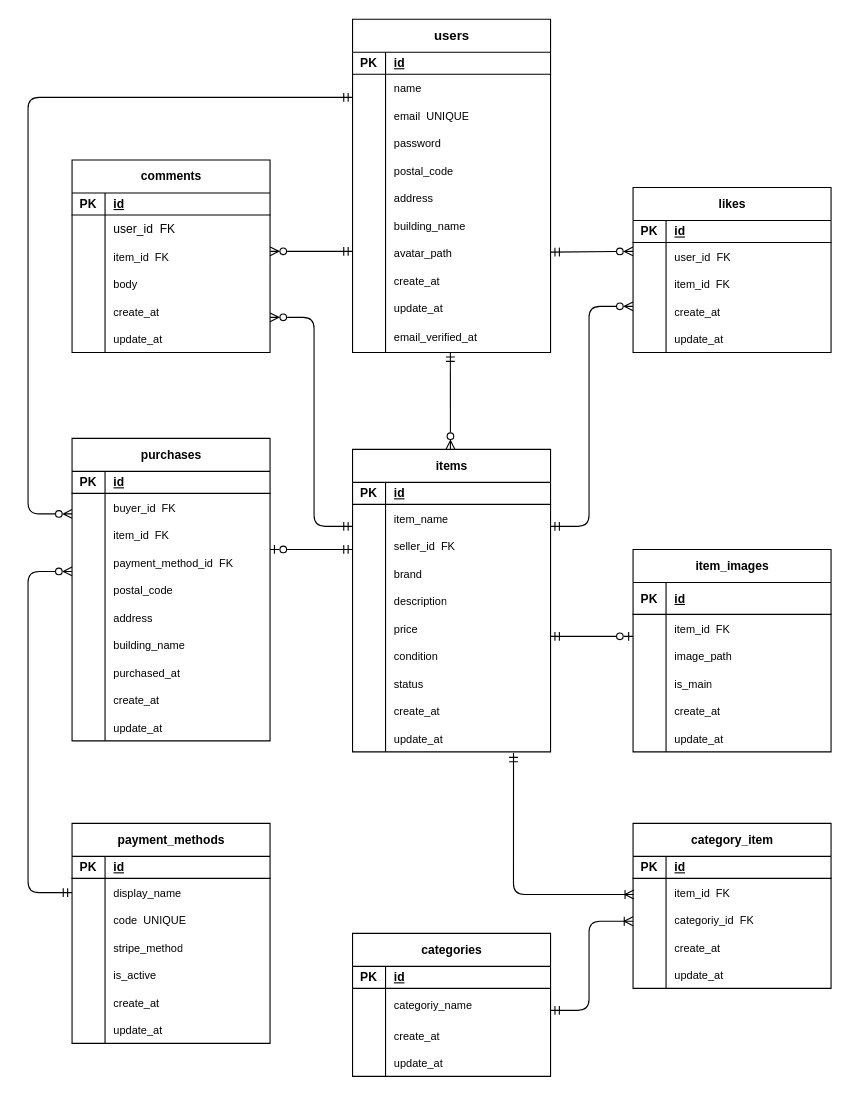
Earlier version of the draw.io diagram ER.drawio (akari44/furima-app). Source tidied: cells renumbered, new cells numbered last; positions are measured from the earlier drawing's top-left corner, leaving out a move shared by most shapes. Both pictures are drawn from the tidied source at 110%, with x=0, y=0 at pixel (28, 19).
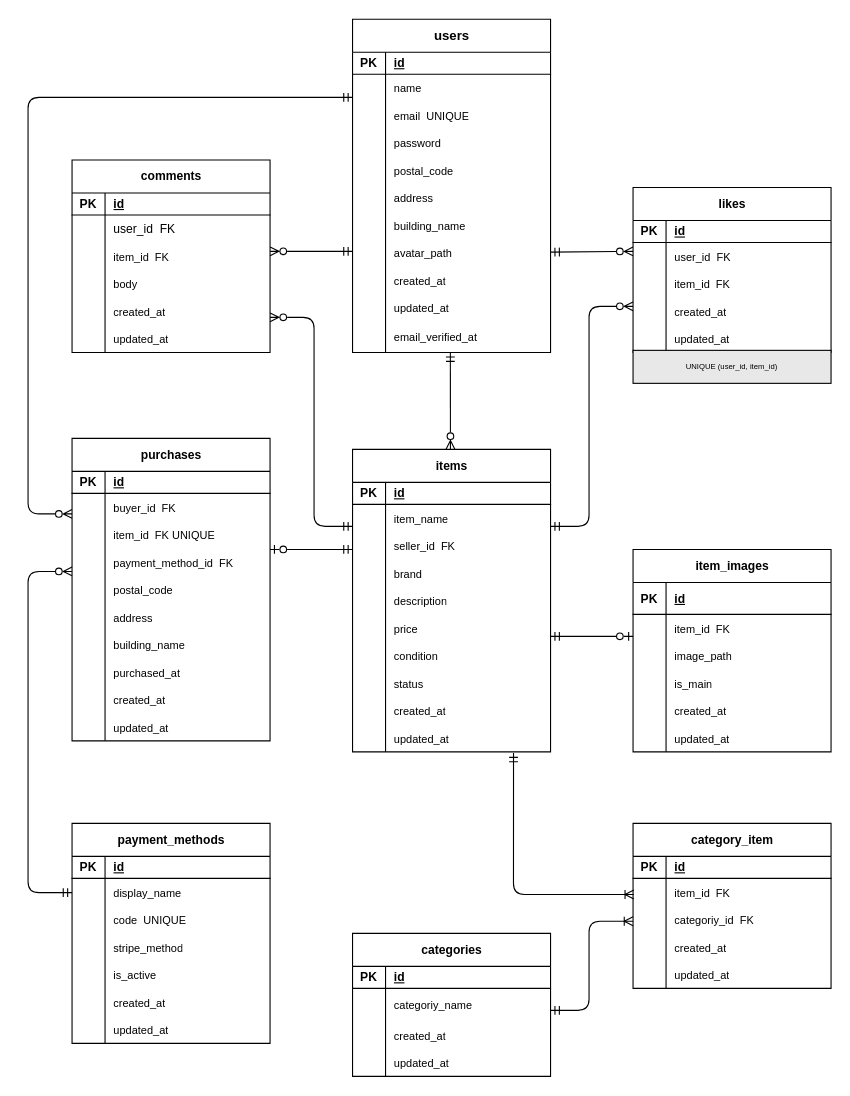
Above is the later version.

Commit message (it also covers changes not shown here):
UNIQUE制約追加、ER図修正

The change refers to these unchanged cells:
```xml
<mxCell id="27" style="shape=tableRow;horizontal=0;startSize=0;swimlaneHead=0;swimlaneBody=0;fillColor=none;top=0;left=0;right=0;bottom=0;fontSize=11;" parent="2" vertex="1">
  <mxGeometry y="225" width="180" height="25" as="geometry" />
</mxCell>
<mxCell id="30" style="shape=tableRow;horizontal=0;startSize=0;swimlaneHead=0;swimlaneBody=0;fillColor=none;top=0;left=0;right=0;bottom=0;fontSize=11;" parent="2" vertex="1">
  <mxGeometry y="250" width="180" height="25" as="geometry" />
</mxCell>
<mxCell id="61" style="shape=tableRow;horizontal=0;startSize=0;swimlaneHead=0;swimlaneBody=0;fillColor=none;top=0;left=0;right=0;bottom=0;fontSize=11;" parent="36" vertex="1">
  <mxGeometry y="225" width="180" height="25" as="geometry" />
</mxCell>
<mxCell id="64" style="shape=tableRow;horizontal=0;startSize=0;swimlaneHead=0;swimlaneBody=0;fillColor=none;points=[[0,0.5],[1,0.5]];portConstraint=eastwest;top=0;left=0;right=0;bottom=0;fontSize=11;" parent="36" vertex="1">
  <mxGeometry y="250" width="180" height="25" as="geometry" />
</mxCell>
<mxCell id="74" style="shape=tableRow;horizontal=0;startSize=0;swimlaneHead=0;swimlaneBody=0;fillColor=none;top=0;left=0;right=0;bottom=0;fontSize=11;" parent="67" vertex="1">
  <mxGeometry y="80" width="180" height="25" as="geometry" />
</mxCell>
<mxCell id="77" style="shape=tableRow;horizontal=0;startSize=0;swimlaneHead=0;swimlaneBody=0;fillColor=none;top=0;left=0;right=0;bottom=0;fontSize=11;" parent="67" vertex="1">
  <mxGeometry y="105" width="180" height="25" as="geometry" />
</mxCell>
<mxCell id="90" style="shape=tableRow;horizontal=0;startSize=0;swimlaneHead=0;swimlaneBody=0;fillColor=none;top=0;left=0;right=0;bottom=0;fontSize=11;" parent="80" vertex="1">
  <mxGeometry y="100" width="180" height="25" as="geometry" />
</mxCell>
<mxCell id="93" style="shape=tableRow;horizontal=0;startSize=0;swimlaneHead=0;swimlaneBody=0;fillColor=none;top=0;left=0;right=0;bottom=0;fontSize=11;" parent="80" vertex="1">
  <mxGeometry y="125" width="180" height="25" as="geometry" />
</mxCell>
<mxCell id="106" style="shape=tableRow;horizontal=0;startSize=0;swimlaneHead=0;swimlaneBody=0;fillColor=none;top=0;left=0;right=0;bottom=0;fontSize=11;" parent="96" vertex="1">
  <mxGeometry y="100" width="180" height="25" as="geometry" />
</mxCell>
<mxCell id="109" style="shape=tableRow;horizontal=0;startSize=0;swimlaneHead=0;swimlaneBody=0;fillColor=none;top=0;left=0;right=0;bottom=0;fontSize=11;" parent="96" vertex="1">
  <mxGeometry y="125" width="180" height="25" as="geometry" />
</mxCell>
<mxCell id="125" style="shape=tableRow;horizontal=0;startSize=0;swimlaneHead=0;swimlaneBody=0;fillColor=none;top=0;left=0;right=0;bottom=0;fontSize=11;" parent="112" vertex="1">
  <mxGeometry y="125" width="180" height="25" as="geometry" />
</mxCell>
<mxCell id="128" style="shape=tableRow;horizontal=0;startSize=0;swimlaneHead=0;swimlaneBody=0;fillColor=none;top=0;left=0;right=0;bottom=0;fontSize=11;" parent="112" vertex="1">
  <mxGeometry y="150" width="180" height="25" as="geometry" />
</mxCell>
<mxCell id="138" style="shape=tableRow;horizontal=0;startSize=0;swimlaneHead=0;swimlaneBody=0;fillColor=none;points=[[0,0.5],[1,0.5]];portConstraint=eastwest;top=0;left=0;right=0;bottom=0;fontSize=11;" parent="131" vertex="1">
  <mxGeometry y="75" width="180" height="25" as="geometry" />
</mxCell>
<mxCell id="156" style="shape=tableRow;horizontal=0;startSize=0;swimlaneHead=0;swimlaneBody=0;fillColor=none;top=0;left=0;right=0;bottom=0;fontSize=11;" parent="131" vertex="1">
  <mxGeometry y="225" width="180" height="25" as="geometry" />
</mxCell>
<mxCell id="159" style="shape=tableRow;horizontal=0;startSize=0;swimlaneHead=0;swimlaneBody=0;fillColor=none;top=0;left=0;right=0;bottom=0;fontSize=11;" parent="131" vertex="1">
  <mxGeometry y="250" width="180" height="25" as="geometry" />
</mxCell>
<mxCell id="175" style="shape=tableRow;horizontal=0;startSize=0;swimlaneHead=0;swimlaneBody=0;fillColor=none;top=0;left=0;right=0;bottom=0;fontSize=11;" parent="162" vertex="1">
  <mxGeometry y="134" width="180" height="25" as="geometry" />
</mxCell>
<mxCell id="178" style="shape=tableRow;horizontal=0;startSize=0;swimlaneHead=0;swimlaneBody=0;fillColor=none;top=0;left=0;right=0;bottom=0;fontSize=11;" parent="162" vertex="1">
  <mxGeometry y="159" width="180" height="25" as="geometry" />
</mxCell>
<mxCell id="197" style="shape=tableRow;horizontal=0;startSize=0;swimlaneHead=0;swimlaneBody=0;fillColor=none;top=0;left=0;right=0;bottom=0;fontSize=11;" parent="181" vertex="1">
  <mxGeometry y="150" width="180" height="25" as="geometry" />
</mxCell>
<mxCell id="200" style="shape=tableRow;horizontal=0;startSize=0;swimlaneHead=0;swimlaneBody=0;fillColor=none;top=0;left=0;right=0;bottom=0;fontSize=11;" parent="181" vertex="1">
  <mxGeometry y="175" width="180" height="25" as="geometry" />
</mxCell>
```

Change to the diagram source:
```diff
@@
-    <mxCell id="29" value="create_at" style="shape=partialRectangle;fillColor=none;top=0;left=0;bottom=0;right=0;align=left;spacingLeft=6;overflow=hidden;whiteSpace=wrap;html=1;fontSize=10;" parent="27" vertex="1">
+    <mxCell id="29" value="created_at" style="shape=partialRectangle;fillColor=none;top=0;left=0;bottom=0;right=0;align=left;spacingLeft=6;overflow=hidden;whiteSpace=wrap;html=1;fontSize=10;" parent="27" vertex="1">
       <mxGeometry x="30" width="150" height="25" as="geometry" />
     </mxCell>
@@
-    <mxCell id="32" value="update_at" style="shape=partialRectangle;fillColor=none;top=0;left=0;bottom=0;right=0;align=left;spacingLeft=6;overflow=hidden;whiteSpace=wrap;html=1;fontSize=10;" parent="30" vertex="1">
+    <mxCell id="32" value="updated_at" style="shape=partialRectangle;fillColor=none;top=0;left=0;bottom=0;right=0;align=left;spacingLeft=6;overflow=hidden;whiteSpace=wrap;html=1;fontSize=10;" parent="30" vertex="1">
       <mxGeometry x="30" width="150" height="25" as="geometry" />
     </mxCell>
@@
-    <mxCell id="63" value="create_at" style="shape=partialRectangle;fillColor=none;top=0;left=0;bottom=0;right=0;align=left;spacingLeft=6;overflow=hidden;whiteSpace=wrap;html=1;fontSize=10;" parent="61" vertex="1">
+    <mxCell id="63" value="created_at" style="shape=partialRectangle;fillColor=none;top=0;left=0;bottom=0;right=0;align=left;spacingLeft=6;overflow=hidden;whiteSpace=wrap;html=1;fontSize=10;" parent="61" vertex="1">
       <mxGeometry x="30" width="150" height="25" as="geometry" />
     </mxCell>
@@
-    <mxCell id="66" value="update_at" style="shape=partialRectangle;fillColor=none;top=0;left=0;bottom=0;right=0;align=left;spacingLeft=6;overflow=hidden;whiteSpace=wrap;html=1;fontSize=10;" parent="64" vertex="1">
+    <mxCell id="66" value="updated_at" style="shape=partialRectangle;fillColor=none;top=0;left=0;bottom=0;right=0;align=left;spacingLeft=6;overflow=hidden;whiteSpace=wrap;html=1;fontSize=10;" parent="64" vertex="1">
       <mxGeometry x="30" width="150" height="25" as="geometry" />
     </mxCell>
@@
-    <mxCell id="76" value="create_at" style="shape=partialRectangle;fillColor=none;top=0;left=0;bottom=0;right=0;align=left;spacingLeft=6;overflow=hidden;whiteSpace=wrap;html=1;fontSize=10;" parent="74" vertex="1">
+    <mxCell id="76" value="created_at" style="shape=partialRectangle;fillColor=none;top=0;left=0;bottom=0;right=0;align=left;spacingLeft=6;overflow=hidden;whiteSpace=wrap;html=1;fontSize=10;" parent="74" vertex="1">
       <mxGeometry x="30" width="150" height="25" as="geometry" />
     </mxCell>
@@
-    <mxCell id="79" value="update_at" style="shape=partialRectangle;fillColor=none;top=0;left=0;bottom=0;right=0;align=left;spacingLeft=6;overflow=hidden;whiteSpace=wrap;html=1;fontSize=10;" parent="77" vertex="1">
+    <mxCell id="79" value="updated_at" style="shape=partialRectangle;fillColor=none;top=0;left=0;bottom=0;right=0;align=left;spacingLeft=6;overflow=hidden;whiteSpace=wrap;html=1;fontSize=10;" parent="77" vertex="1">
       <mxGeometry x="30" width="150" height="25" as="geometry" />
     </mxCell>
@@
-    <mxCell id="92" value="create_at" style="shape=partialRectangle;fillColor=none;top=0;left=0;bottom=0;right=0;align=left;spacingLeft=6;overflow=hidden;whiteSpace=wrap;html=1;fontSize=10;" parent="90" vertex="1">
+    <mxCell id="92" value="created_at" style="shape=partialRectangle;fillColor=none;top=0;left=0;bottom=0;right=0;align=left;spacingLeft=6;overflow=hidden;whiteSpace=wrap;html=1;fontSize=10;" parent="90" vertex="1">
       <mxGeometry x="30" width="150" height="25" as="geometry" />
     </mxCell>
@@
-    <mxCell id="95" value="update_at" style="shape=partialRectangle;fillColor=none;top=0;left=0;bottom=0;right=0;align=left;spacingLeft=6;overflow=hidden;whiteSpace=wrap;html=1;fontSize=10;" parent="93" vertex="1">
+    <mxCell id="95" value="updated_at" style="shape=partialRectangle;fillColor=none;top=0;left=0;bottom=0;right=0;align=left;spacingLeft=6;overflow=hidden;whiteSpace=wrap;html=1;fontSize=10;" parent="93" vertex="1">
       <mxGeometry x="30" width="150" height="25" as="geometry" />
     </mxCell>
@@
-    <mxCell id="108" value="create_at" style="shape=partialRectangle;fillColor=none;top=0;left=0;bottom=0;right=0;align=left;spacingLeft=6;overflow=hidden;whiteSpace=wrap;html=1;fontSize=10;" parent="106" vertex="1">
+    <mxCell id="108" value="created_at" style="shape=partialRectangle;fillColor=none;top=0;left=0;bottom=0;right=0;align=left;spacingLeft=6;overflow=hidden;whiteSpace=wrap;html=1;fontSize=10;" parent="106" vertex="1">
       <mxGeometry x="30" width="150" height="25" as="geometry" />
     </mxCell>
@@
-    <mxCell id="111" value="update_at" style="shape=partialRectangle;fillColor=none;top=0;left=0;bottom=0;right=0;align=left;spacingLeft=6;overflow=hidden;whiteSpace=wrap;html=1;fontSize=10;" parent="109" vertex="1">
+    <mxCell id="111" value="updated_at" style="shape=partialRectangle;fillColor=none;top=0;left=0;bottom=0;right=0;align=left;spacingLeft=6;overflow=hidden;whiteSpace=wrap;html=1;fontSize=10;" parent="109" vertex="1">
       <mxGeometry x="30" width="150" height="25" as="geometry" />
     </mxCell>
@@
-    <mxCell id="127" value="create_at" style="shape=partialRectangle;fillColor=none;top=0;left=0;bottom=0;right=0;align=left;spacingLeft=6;overflow=hidden;whiteSpace=wrap;html=1;fontSize=10;" parent="125" vertex="1">
+    <mxCell id="127" value="created_at" style="shape=partialRectangle;fillColor=none;top=0;left=0;bottom=0;right=0;align=left;spacingLeft=6;overflow=hidden;whiteSpace=wrap;html=1;fontSize=10;" parent="125" vertex="1">
       <mxGeometry x="30" width="150" height="25" as="geometry" />
     </mxCell>
@@
-    <mxCell id="130" value="update_at" style="shape=partialRectangle;fillColor=none;top=0;left=0;bottom=0;right=0;align=left;spacingLeft=6;overflow=hidden;whiteSpace=wrap;html=1;fontSize=10;" parent="128" vertex="1">
+    <mxCell id="130" value="updated_at" style="shape=partialRectangle;fillColor=none;top=0;left=0;bottom=0;right=0;align=left;spacingLeft=6;overflow=hidden;whiteSpace=wrap;html=1;fontSize=10;" parent="128" vertex="1">
       <mxGeometry x="30" width="150" height="25" as="geometry" />
     </mxCell>
@@
-    <mxCell id="140" value="item_id&amp;nbsp; FK" style="shape=partialRectangle;fillColor=none;top=0;left=0;bottom=0;right=0;align=left;spacingLeft=6;overflow=hidden;whiteSpace=wrap;html=1;fontSize=10;" parent="138" vertex="1">
+    <mxCell id="140" value="item_id&amp;nbsp; FK UNIQUE" style="shape=partialRectangle;fillColor=none;top=0;left=0;bottom=0;right=0;align=left;spacingLeft=6;overflow=hidden;whiteSpace=wrap;html=1;fontSize=10;" parent="138" vertex="1">
       <mxGeometry x="30" width="150" height="25" as="geometry" />
     </mxCell>
@@
-    <mxCell id="158" value="create_at" style="shape=partialRectangle;fillColor=none;top=0;left=0;bottom=0;right=0;align=left;spacingLeft=6;overflow=hidden;whiteSpace=wrap;html=1;fontSize=10;" parent="156" vertex="1">
+    <mxCell id="158" value="created_at" style="shape=partialRectangle;fillColor=none;top=0;left=0;bottom=0;right=0;align=left;spacingLeft=6;overflow=hidden;whiteSpace=wrap;html=1;fontSize=10;" parent="156" vertex="1">
       <mxGeometry x="30" width="150" height="25" as="geometry" />
     </mxCell>
@@
-    <mxCell id="161" value="update_at" style="shape=partialRectangle;fillColor=none;top=0;left=0;bottom=0;right=0;align=left;spacingLeft=6;overflow=hidden;whiteSpace=wrap;html=1;fontSize=10;" parent="159" vertex="1">
+    <mxCell id="161" value="updated_at" style="shape=partialRectangle;fillColor=none;top=0;left=0;bottom=0;right=0;align=left;spacingLeft=6;overflow=hidden;whiteSpace=wrap;html=1;fontSize=10;" parent="159" vertex="1">
       <mxGeometry x="30" width="150" height="25" as="geometry" />
     </mxCell>
@@
-    <mxCell id="177" value="create_at" style="shape=partialRectangle;fillColor=none;top=0;left=0;bottom=0;right=0;align=left;spacingLeft=6;overflow=hidden;whiteSpace=wrap;html=1;fontSize=10;" parent="175" vertex="1">
+    <mxCell id="177" value="created_at" style="shape=partialRectangle;fillColor=none;top=0;left=0;bottom=0;right=0;align=left;spacingLeft=6;overflow=hidden;whiteSpace=wrap;html=1;fontSize=10;" parent="175" vertex="1">
       <mxGeometry x="30" width="150" height="25" as="geometry" />
     </mxCell>
@@
-    <mxCell id="180" value="update_at" style="shape=partialRectangle;fillColor=none;top=0;left=0;bottom=0;right=0;align=left;spacingLeft=6;overflow=hidden;whiteSpace=wrap;html=1;fontSize=10;" parent="178" vertex="1">
+    <mxCell id="180" value="updated_at" style="shape=partialRectangle;fillColor=none;top=0;left=0;bottom=0;right=0;align=left;spacingLeft=6;overflow=hidden;whiteSpace=wrap;html=1;fontSize=10;" parent="178" vertex="1">
       <mxGeometry x="30" width="150" height="25" as="geometry" />
     </mxCell>
@@
-    <mxCell id="199" value="create_at" style="shape=partialRectangle;fillColor=none;top=0;left=0;bottom=0;right=0;align=left;spacingLeft=6;overflow=hidden;whiteSpace=wrap;html=1;fontSize=10;" parent="197" vertex="1">
+    <mxCell id="199" value="created_at" style="shape=partialRectangle;fillColor=none;top=0;left=0;bottom=0;right=0;align=left;spacingLeft=6;overflow=hidden;whiteSpace=wrap;html=1;fontSize=10;" parent="197" vertex="1">
       <mxGeometry x="30" width="150" height="25" as="geometry" />
     </mxCell>
@@
-    <mxCell id="202" value="update_at" style="shape=partialRectangle;fillColor=none;top=0;left=0;bottom=0;right=0;align=left;spacingLeft=6;overflow=hidden;whiteSpace=wrap;html=1;fontSize=10;" parent="200" vertex="1">
+    <mxCell id="202" value="updated_at" style="shape=partialRectangle;fillColor=none;top=0;left=0;bottom=0;right=0;align=left;spacingLeft=6;overflow=hidden;whiteSpace=wrap;html=1;fontSize=10;" parent="200" vertex="1">
       <mxGeometry x="30" width="150" height="25" as="geometry" />
     </mxCell>
@@
+    <mxCell id="214" value="UNIQUE (user_id, item_id)" style="whiteSpace=wrap;html=1;fillColor=#E8E8E8;fontSize=7;strokeWidth=1;" parent="1" vertex="1">
+      <mxGeometry x="550" y="301" width="180" height="30" as="geometry" />
+    </mxCell>
```
